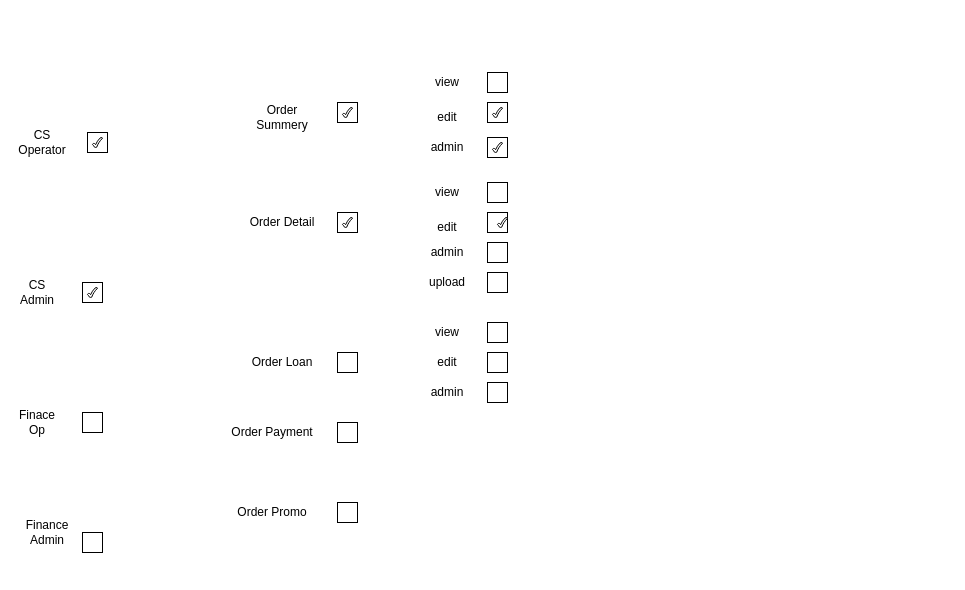
hanchanghai/test keeps this draw.io diagram as 角色权限.drawio. Above is the earlier version. Source tidied: cells renumbered, new cells numbered last; positions are measured from the earlier drawing's top-left corner, leaving out a move shared by most shapes. Both pictures are drawn from the tidied source at 100%, with x=0, y=0 at pixel (17, 72).
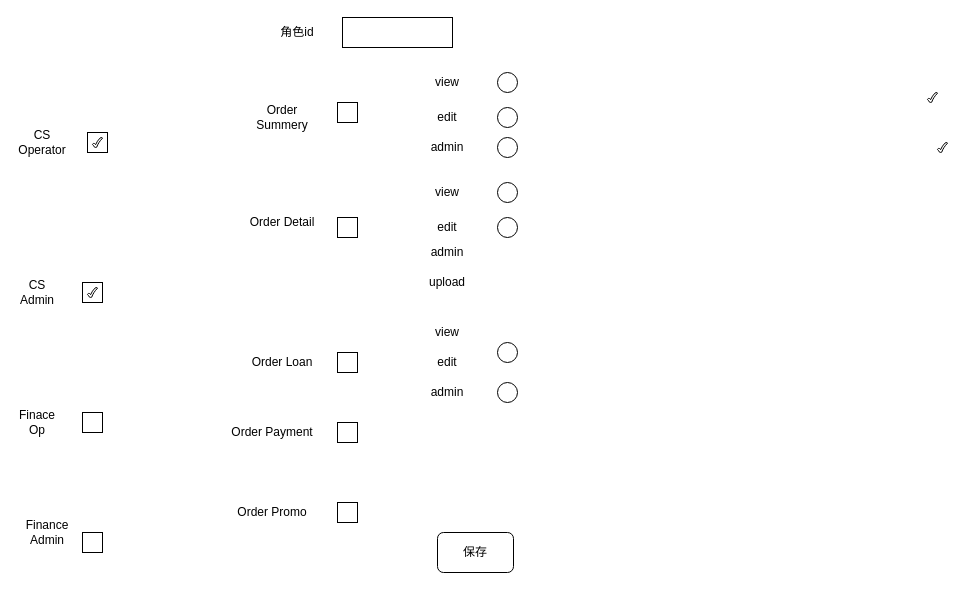
Above is the later version.

The edit, as a diff of the source:
```diff
@@
-    <mxCell id="5" style="rounded=0;whiteSpace=wrap;html=1;" parent="1" vertex="1">
-      <mxGeometry x="470" y="310" width="20" height="20" as="geometry" />
-    </mxCell>
-    <mxCell id="6" style="rounded=0;whiteSpace=wrap;html=1;" parent="1" vertex="1">
-      <mxGeometry x="470" y="280" width="20" height="20" as="geometry" />
-    </mxCell>
-    <mxCell id="7" style="rounded=0;whiteSpace=wrap;html=1;" parent="1" vertex="1">
-      <mxGeometry x="470" y="250" width="20" height="20" as="geometry" />
-    </mxCell>
-    <mxCell id="8" style="rounded=0;whiteSpace=wrap;html=1;" parent="1" vertex="1">
-      <mxGeometry x="470" y="200" width="20" height="20" as="geometry" />
-    </mxCell>
-    <mxCell id="9" style="rounded=0;whiteSpace=wrap;html=1;" parent="1" vertex="1">
-      <mxGeometry x="470" y="170" width="20" height="20" as="geometry" />
-    </mxCell>
-    <mxCell id="10" style="rounded=0;whiteSpace=wrap;html=1;" parent="1" vertex="1">
-      <mxGeometry x="470" y="140" width="20" height="20" as="geometry" />
-    </mxCell>
-    <mxCell id="11" style="rounded=0;whiteSpace=wrap;html=1;" parent="1" vertex="1">
-      <mxGeometry x="470" y="110" width="20" height="20" as="geometry" />
-    </mxCell>
-    <mxCell id="12" style="rounded=0;whiteSpace=wrap;html=1;" parent="1" vertex="1">
-      <mxGeometry x="470" y="65" width="20" height="20" as="geometry" />
-    </mxCell>
-    <mxCell id="13" style="rounded=0;whiteSpace=wrap;html=1;" parent="1" vertex="1">
-      <mxGeometry x="470" y="30" width="20" height="20" as="geometry" />
-    </mxCell>
-    <mxCell id="14" style="rounded=0;whiteSpace=wrap;html=1;" parent="1" vertex="1">
-      <mxGeometry x="470" width="20" height="20" as="geometry" />
-    </mxCell>
@@
     <mxCell id="18" style="rounded=0;whiteSpace=wrap;html=1;" parent="1" vertex="1">
-      <mxGeometry x="320" y="140" width="20" height="20" as="geometry" />
+      <mxGeometry x="320" y="145" width="20" height="20" as="geometry" />
     </mxCell>
@@
     <mxCell id="22" style="verticalLabelPosition=bottom;verticalAlign=top;html=1;shape=mxgraph.basic.tick;" parent="1" vertex="1">
-      <mxGeometry x="325" y="35" width="10" height="10" as="geometry" />
+      <mxGeometry x="910" y="20" width="10" height="10" as="geometry" />
     </mxCell>
-    <mxCell id="23" style="verticalLabelPosition=bottom;verticalAlign=top;html=1;shape=mxgraph.basic.tick;" parent="1" vertex="1">
-      <mxGeometry x="480" y="145" width="10" height="10" as="geometry" />
-    </mxCell>
-    <mxCell id="24" style="verticalLabelPosition=bottom;verticalAlign=top;html=1;shape=mxgraph.basic.tick;" parent="1" vertex="1">
-      <mxGeometry x="475" y="70" width="10" height="10" as="geometry" />
-    </mxCell>
-    <mxCell id="25" style="verticalLabelPosition=bottom;verticalAlign=top;html=1;shape=mxgraph.basic.tick;" parent="1" vertex="1">
-      <mxGeometry x="475" y="35" width="10" height="10" as="geometry" />
-    </mxCell>
     <mxCell id="26" style="verticalLabelPosition=bottom;verticalAlign=top;html=1;shape=mxgraph.basic.tick;" parent="1" vertex="1">
-      <mxGeometry x="325" y="145" width="10" height="10" as="geometry" />
+      <mxGeometry x="920" y="70" width="10" height="10" as="geometry" />
     </mxCell>
@@
+    <mxCell id="48" value="保存" style="rounded=1;whiteSpace=wrap;html=1;" parent="1" vertex="1">
+      <mxGeometry x="420" y="460" width="76" height="40" as="geometry" />
+    </mxCell>
+    <mxCell id="49" style="ellipse;whiteSpace=wrap;html=1;" parent="1" vertex="1">
+      <mxGeometry x="480" width="20" height="20" as="geometry" />
+    </mxCell>
+    <mxCell id="50" style="ellipse;whiteSpace=wrap;html=1;" parent="1" vertex="1">
+      <mxGeometry x="480" y="35" width="20" height="20" as="geometry" />
+    </mxCell>
+    <mxCell id="51" style="ellipse;whiteSpace=wrap;html=1;" parent="1" vertex="1">
+      <mxGeometry x="480" y="145" width="20" height="20" as="geometry" />
+    </mxCell>
+    <mxCell id="52" style="ellipse;whiteSpace=wrap;html=1;" parent="1" vertex="1">
+      <mxGeometry x="480" y="110" width="20" height="20" as="geometry" />
+    </mxCell>
+    <mxCell id="53" style="ellipse;whiteSpace=wrap;html=1;" parent="1" vertex="1">
+      <mxGeometry x="480" y="65" width="20" height="20" as="geometry" />
+    </mxCell>
+    <mxCell id="54" style="ellipse;whiteSpace=wrap;html=1;" parent="1" vertex="1">
+      <mxGeometry x="480" y="270" width="20" height="20" as="geometry" />
+    </mxCell>
+    <mxCell id="55" style="ellipse;whiteSpace=wrap;html=1;" parent="1" vertex="1">
+      <mxGeometry x="480" y="310" width="20" height="20" as="geometry" />
+    </mxCell>
+    <mxCell id="56" style="rounded=0;whiteSpace=wrap;html=1;" parent="1" vertex="1">
+      <mxGeometry x="325" y="-55" width="110" height="30" as="geometry" />
+    </mxCell>
+    <mxCell id="57" value="角色id" style="text;html=1;strokeColor=none;fillColor=none;align=center;verticalAlign=middle;whiteSpace=wrap;rounded=0;" parent="1" vertex="1">
+      <mxGeometry x="260" y="-50" width="40" height="20" as="geometry" />
+    </mxCell>
```
